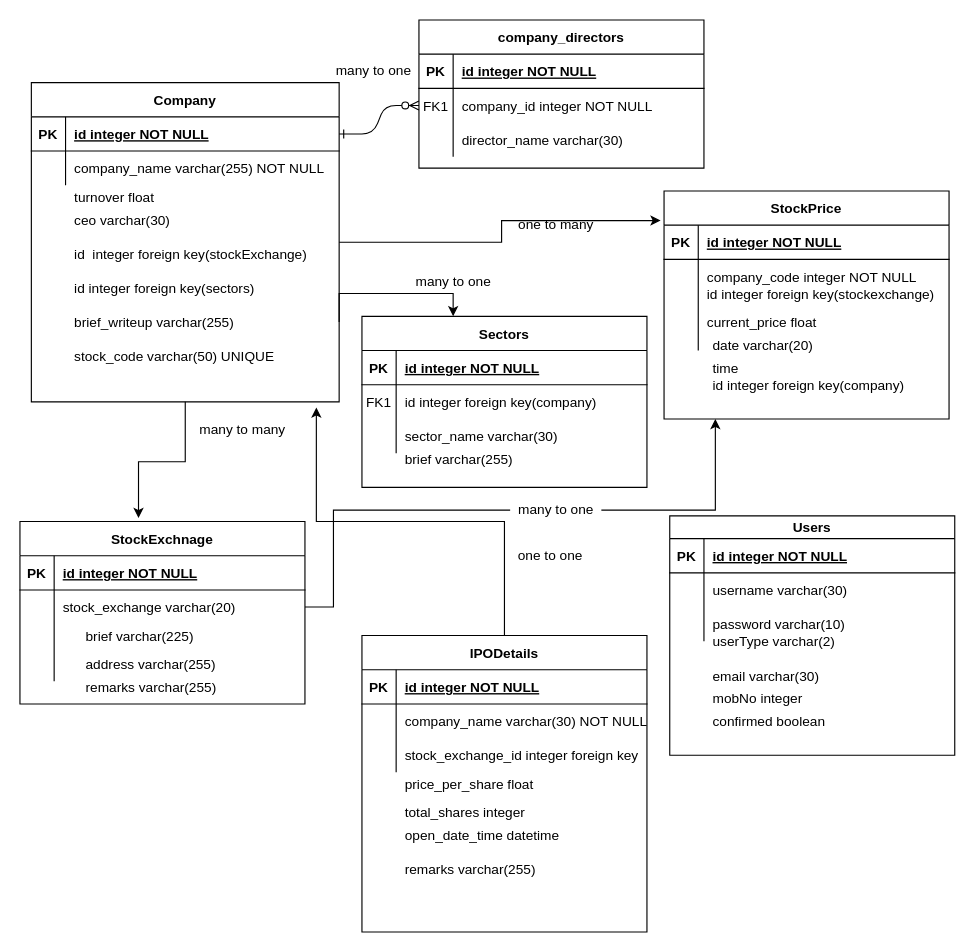
Earlier version of the draw.io diagram diagram/Untitled Diagram.drawio (Rishika-kapoor31/stockmarket). Source tidied: cells renumbered, new cells numbered last; positions are measured from the earlier drawing's top-left corner, leaving out a move shared by most shapes. Both pictures are drawn from the tidied source at 114%, with x=0, y=0 at pixel (19, 19).
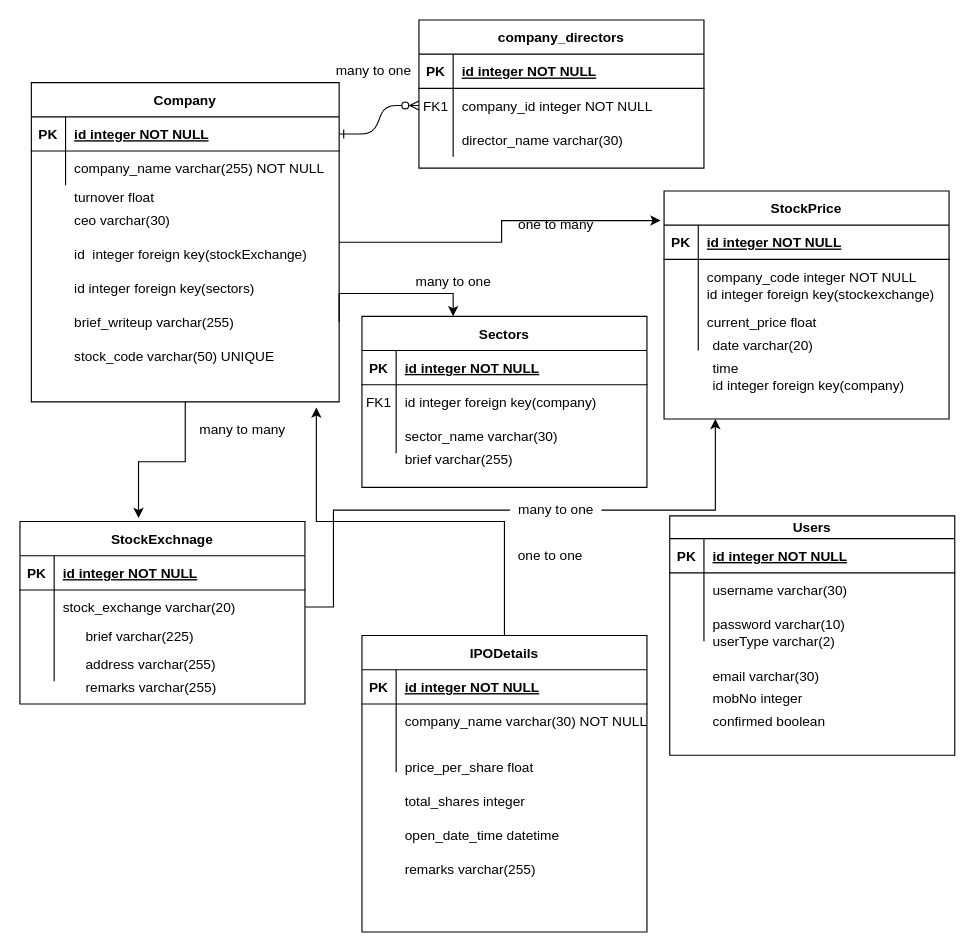
Above is the later version.

Unchanged cells that the change refers to:
```xml
<mxCell id="96" style="shape=partialRectangle;fillColor=none;top=0;left=0;right=0;bottom=0;" parent="89" vertex="1">
  <mxGeometry y="90" width="250" height="30" as="geometry" />
</mxCell>
```

The edit, as a diff of the source:
```diff
@@
-    <mxCell id="98" value="stock_exchange_id integer foreign key" style="shape=partialRectangle;overflow=hidden;fillColor=none;top=0;left=0;bottom=0;right=0;align=left;spacingLeft=6;" parent="96" vertex="1">
+    <mxCell id="98" style="shape=partialRectangle;overflow=hidden;fillColor=none;top=0;left=0;bottom=0;right=0;align=left;spacingLeft=6;" parent="96" vertex="1">
       <mxGeometry x="30" width="220" height="30" as="geometry" />
     </mxCell>
     <mxCell id="99" value="price_per_share float " style="shape=partialRectangle;overflow=hidden;fillColor=none;top=0;left=0;bottom=0;right=0;align=left;spacingLeft=6;" parent="1" vertex="1">
-      <mxGeometry x="330" y="655" width="220" height="30" as="geometry" />
+      <mxGeometry x="330" y="640" width="220" height="30" as="geometry" />
     </mxCell>
     <mxCell id="100" value="total_shares integer" style="shape=partialRectangle;overflow=hidden;fillColor=none;top=0;left=0;bottom=0;right=0;align=left;spacingLeft=6;" parent="1" vertex="1">
-      <mxGeometry x="330" y="680" width="220" height="30" as="geometry" />
+      <mxGeometry x="330" y="670" width="220" height="30" as="geometry" />
     </mxCell>
```
